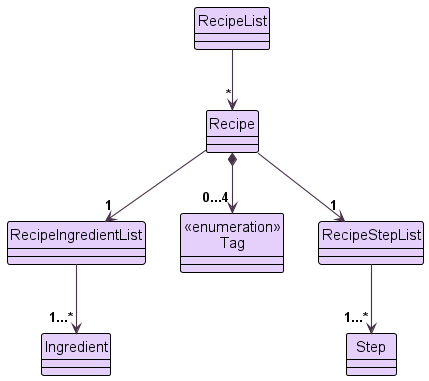
Earlier version of the PlantUML export docs/images/RecipeListClassDiagram.png (nus-cs2113-AY2324S1/tp).
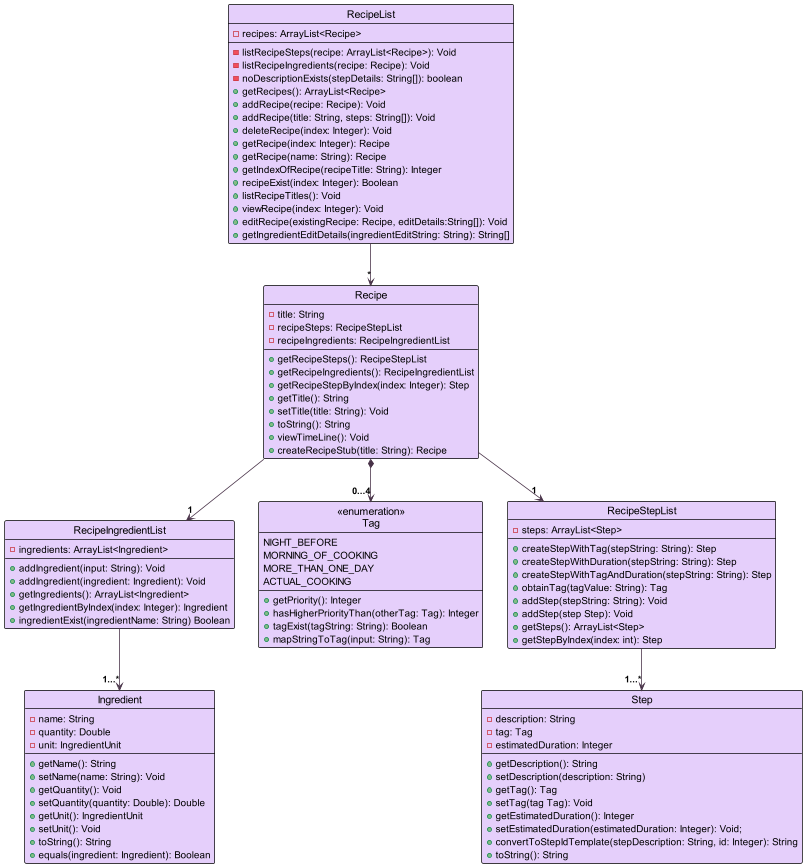
The same file after the commit.

What changed in the source:
```diff
@@ -4,13 +4,106 @@
 skinparam arrowColor CLASS_ARROW_COLOR
 skinparam classBackgroundColor CLASS_DIAGRAM_COLOR
 
-Class RecipeList
-Class Recipe
-Class RecipeIngredientList
-Class "<<enumeration>>\nTag" as Tag
-Class RecipeStepList
-Class Ingredient
-Class Step
+Class RecipeList {
+    - recipes: ArrayList<Recipe>
+
+    - listRecipeSteps(recipe: ArrayList<Recipe>): Void
+    - listRecipeIngredients(recipe: Recipe): Void
+    - noDescriptionExists(stepDetails: String[]): boolean
+    + getRecipes(): ArrayList<Recipe>
+    + addRecipe(recipe: Recipe): Void
+    + addRecipe(title: String, steps: String[]): Void
+    + deleteRecipe(index: Integer): Void
+    + getRecipe(index: Integer): Recipe
+    + getRecipe(name: String): Recipe
+    + getIndexOfRecipe(recipeTitle: String): Integer
+    + recipeExist(index: Integer): Boolean
+    + listRecipeTitles(): Void
+    + viewRecipe(index: Integer): Void
+    + editRecipe(existingRecipe: Recipe, editDetails:String[]): Void
+    + getIngredientEditDetails(ingredientEditString: String): String[]
+}
+Class Recipe {
+    - title: String
+    - recipeSteps: RecipeStepList
+    - recipeIngredients: RecipeIngredientList
+
+    + getRecipeSteps(): RecipeStepList
+    + getRecipeIngredients(): RecipeIngredientList
+    + getRecipeStepByIndex(index: Integer): Step
+    + getTitle(): String
+    + setTitle(title: String): Void
+    + toString(): String
+    + viewTimeLine(): Void
+    + createRecipeStub(title: String): Recipe
+}
+
+Class RecipeIngredientList {
+    - ingredients: ArrayList<Ingredient>
+
+    + addIngredient(input: String): Void
+    + addIngredient(ingredient: Ingredient): Void
+    + getIngredients(): ArrayList<Ingredient>
+    + getIngredientByIndex(index: Integer): Ingredient
+    + ingredientExist(ingredientName: String) Boolean
+}
+
+Class "<<enumeration>>\nTag" as Tag {
+    NIGHT_BEFORE
+    MORNING_OF_COOKING
+    MORE_THAN_ONE_DAY
+    ACTUAL_COOKING
+
+    + getPriority(): Integer
+    + hasHigherPriorityThan(otherTag: Tag): Integer
+    + tagExist(tagString: String): Boolean
+    + mapStringToTag(input: String): Tag
+}
+
+Class RecipeStepList {
+    - steps: ArrayList<Step>
+
+    + createStepWithTag(stepString: String): Step
+    + createStepWithDuration(stepString: String): Step
+    + createStepWithTagAndDuration(stepString: String): Step
+    + obtainTag(tagValue: String): Tag
+    + addStep(stepString: String): Void
+    + addStep(step Step): Void
+    + getSteps(): ArrayList<Step>
+    + getStepByIndex(index: int): Step
+}
+
+
+Class Ingredient {
+    - name: String
+    - quantity: Double
+    - unit: IngredientUnit
+
+    + getName(): String
+    + setName(name: String): Void
+    + getQuantity(): Void
+    + setQuantity(quantity: Double): Double
+    + getUnit(): IngredientUnit
+    + setUnit(): Void
+    + toString(): String
+    + equals(ingredient: Ingredient): Boolean
+
+}
+
+Class Step {
+    - description: String
+    - tag: Tag
+    - estimatedDuration: Integer
+
+    + getDescription(): String
+    + setDescription(description: String)
+    + getTag(): Tag
+    + setTag(tag Tag): Void
+    + getEstimatedDuration(): Integer
+    + setEstimatedDuration(estimatedDuration: Integer): Void;
+    + convertToStepIdTemplate(stepDescription: String, id: Integer): String
+    + toString(): String
+}
 
 RecipeList -down-> "*" Recipe
 
```
